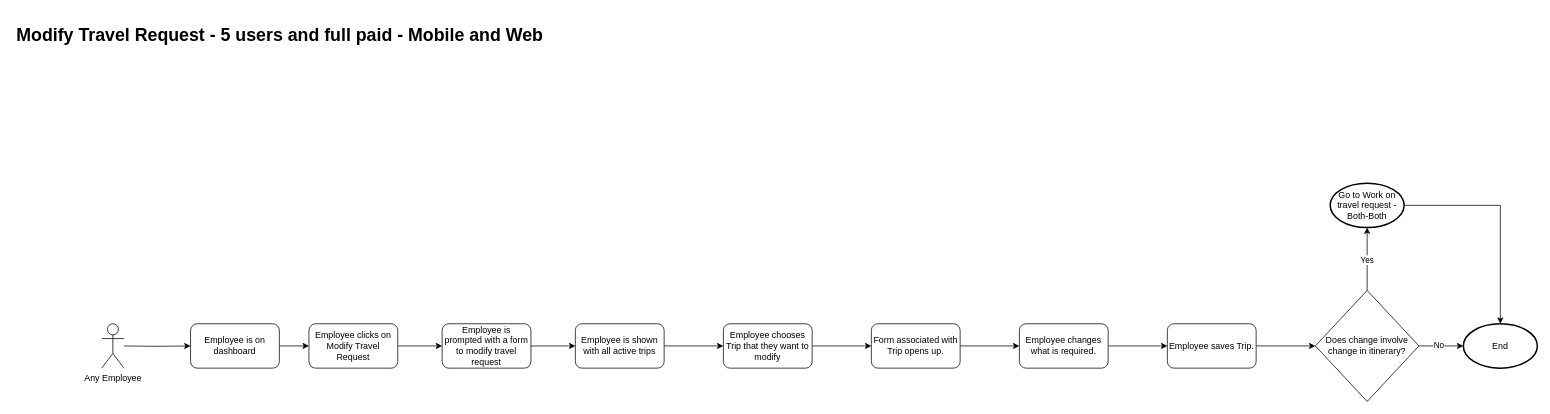
Earlier version of the draw.io diagram page "Modify Travel Request - Both - Both" (4 of 10) of expensebooking.drawio (snair0410/resturantdesign). Source tidied: cells renumbered, new cells numbered last; positions are measured from the earlier drawing's top-left corner, leaving out a move shared by most shapes. Both pictures are drawn from the tidied source at 74%, with x=0, y=0 at pixel (13, 20).
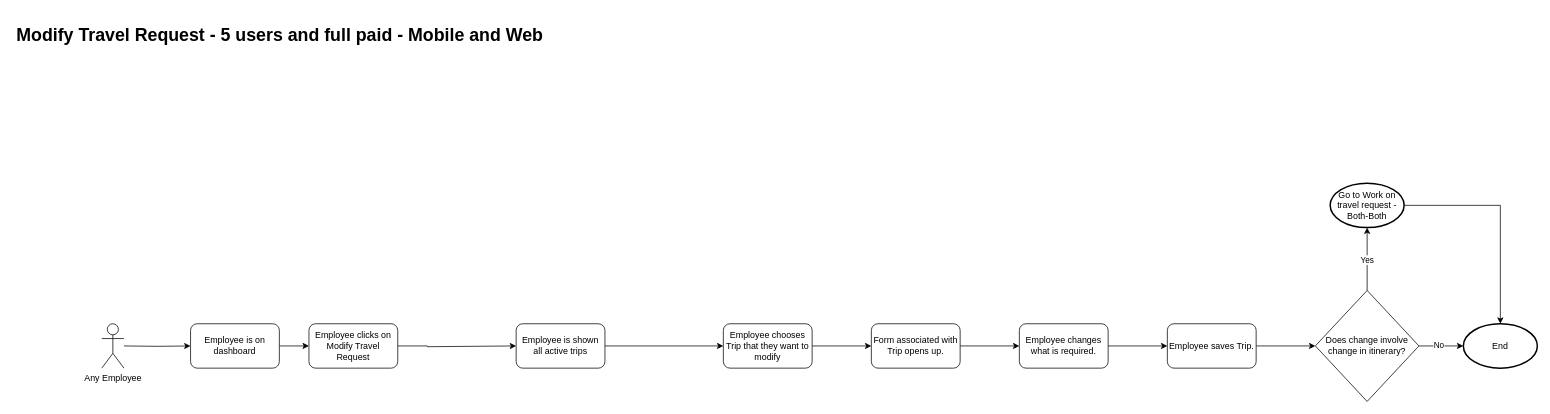
Above is the later version.

Unchanged cells that the change refers to:
```xml
<mxCell id="11" value="Employee clicks on Modify Travel Request" style="rounded=1;whiteSpace=wrap;html=1;" parent="1" vertex="1">
  <mxGeometry x="400" y="410" width="120" height="60" as="geometry" />
</mxCell>
```

What changed in the source:
```diff
@@
-    <mxCell id="6" style="edgeStyle=orthogonalEdgeStyle;rounded=0;jettySize=auto;html=1;" parent="1" edge="1" source="7" target="9">
-      <mxGeometry relative="1" as="geometry" />
-    </mxCell>
-    <mxCell id="7" value="Employee is prompted with a form to modify travel request" style="rounded=1;whiteSpace=wrap;html=1;" parent="1" vertex="1">
-      <mxGeometry x="580" y="410" width="120" height="60" as="geometry" />
-    </mxCell>
@@
-    <mxCell id="9" value="Employee is shown with all active trips" style="rounded=1;whiteSpace=wrap;html=1;" parent="1" vertex="1">
-      <mxGeometry x="760" y="410" width="120" height="60" as="geometry" />
+    <mxCell id="9" value="Employee is shown all active trips" style="rounded=1;whiteSpace=wrap;html=1;" parent="1" vertex="1">
+      <mxGeometry x="680" y="410" width="120" height="60" as="geometry" />
     </mxCell>
-    <mxCell id="10" style="edgeStyle=orthogonalEdgeStyle;rounded=0;jettySize=auto;html=1;" parent="1" edge="1" source="11" target="7">
-      <mxGeometry relative="1" as="geometry" />
+    <mxCell id="10" style="edgeStyle=orthogonalEdgeStyle;rounded=0;jettySize=auto;html=1;entryX=0;entryY=0.5;entryDx=0;entryDy=0;" parent="1" edge="1" source="11" target="9">
+      <mxGeometry relative="1" as="geometry">
+        <Array as="points">
+          <mxPoint x="560" y="440" />
+          <mxPoint x="560" y="441" />
+        </Array>
+      </mxGeometry>
     </mxCell>
```
